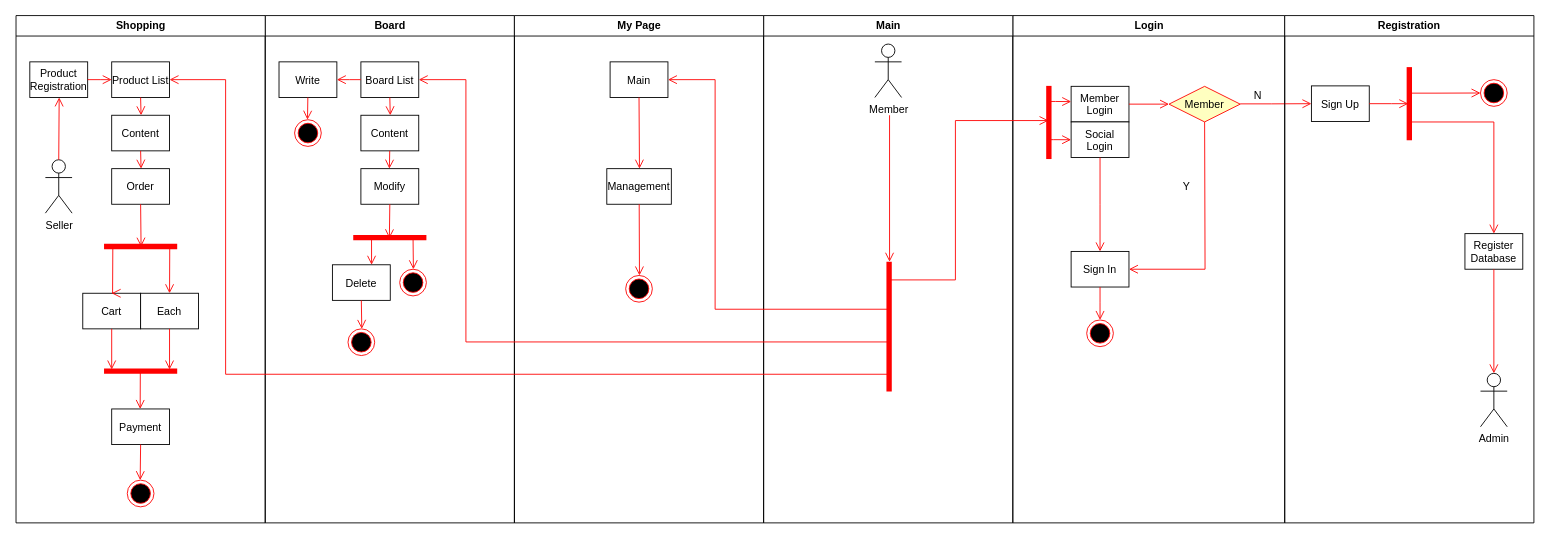
Above: DBWebDev/UML.drawio in roqhdehd502/WebDev (draw.io), before the change. Source tidied: cells renumbered, new cells numbered last; positions are measured from the earlier drawing's top-left corner, leaving out a move shared by most shapes. Both pictures are drawn from the tidied source at 89%, with x=0, y=0 at pixel (15, 15).
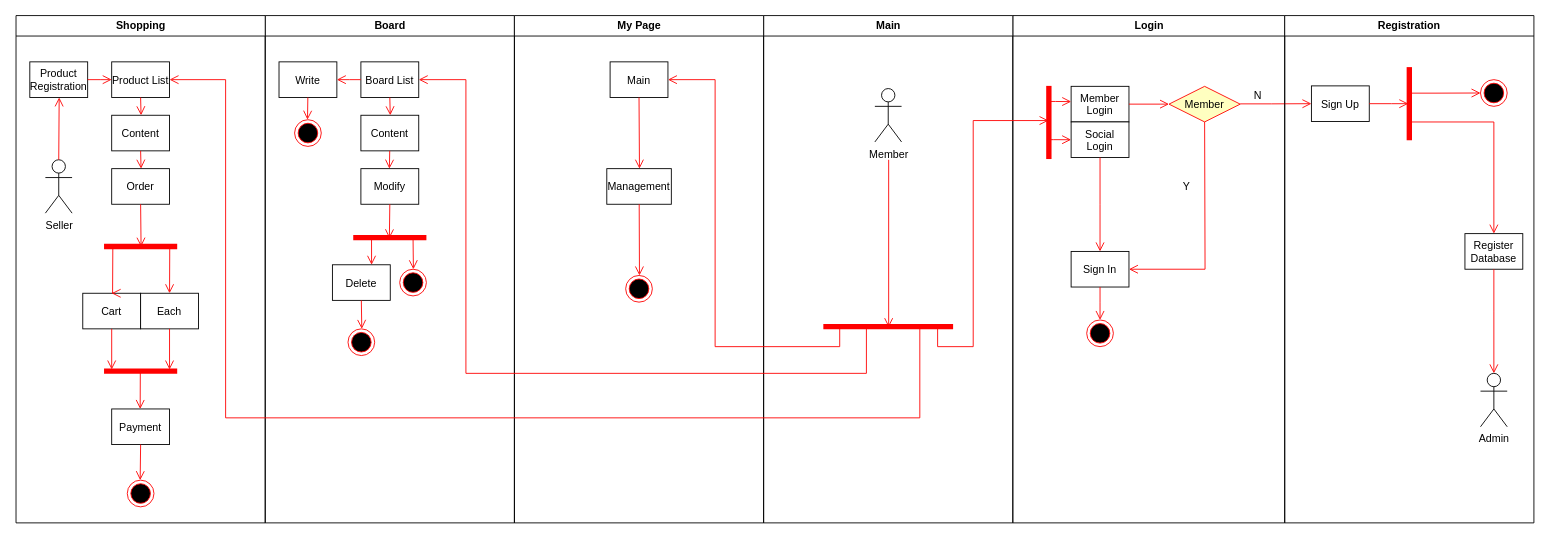
After the change.

Unchanged cells that the change refers to:
```xml
<mxCell id="4" style="shape=line;strokeWidth=6;strokeColor=#ff0000;rotation=90;" parent="2" vertex="1">
  <mxGeometry x="-0.6" y="112.6" width="82.2" height="15" as="geometry" />
</mxCell>
<mxCell id="28" value="Main" style="swimlane;whiteSpace=wrap;" parent="1" vertex="1">
  <mxGeometry x="840.5" width="280" height="570" as="geometry" />
</mxCell>
<mxCell id="32" value="Board List" parent="31" vertex="1">
  <mxGeometry x="107.5" y="52" width="65" height="40" as="geometry" />
</mxCell>
<mxCell id="50" value="Product List" parent="49" vertex="1">
  <mxGeometry x="107.5" y="52" width="65" height="40" as="geometry" />
</mxCell>
<mxCell id="73" value="Main" parent="72" vertex="1">
  <mxGeometry x="107.5" y="52" width="65" height="40" as="geometry" />
</mxCell>
```

Change to the diagram source:
```diff
@@
     <mxCell id="29" value="Member" style="shape=umlActor;verticalLabelPosition=bottom;verticalAlign=top;html=1;" parent="28" vertex="1">
-      <mxGeometry x="125" y="32" width="30" height="60" as="geometry" />
+      <mxGeometry x="125" y="82" width="30" height="60" as="geometry" />
     </mxCell>
-    <mxCell id="30" style="shape=line;strokeWidth=6;strokeColor=#ff0000;rotation=90;" parent="28" vertex="1">
-      <mxGeometry x="68.1" y="342" width="145.8" height="15" as="geometry" />
+    <mxCell id="30" style="shape=line;strokeWidth=6;strokeColor=#ff0000;rotation=-180;" parent="28" vertex="1">
+      <mxGeometry x="67.1" y="342" width="145.8" height="15" as="geometry" />
     </mxCell>
+    <mxCell id="83" style="endArrow=none;html=1;strokeColor=#FF0000;" parent="28" edge="1">
+      <mxGeometry relative="1" as="geometry">
+        <mxPoint x="115.5" y="352" as="sourcePoint" />
+        <mxPoint x="115.5" y="402" as="targetPoint" />
+      </mxGeometry>
+    </mxCell>
+    <mxCell id="84" style="endArrow=none;html=1;strokeColor=#FF0000;" parent="28" edge="1">
+      <mxGeometry relative="1" as="geometry">
+        <mxPoint x="85.5" y="352" as="sourcePoint" />
+        <mxPoint x="85.5" y="372" as="targetPoint" />
+      </mxGeometry>
+    </mxCell>
+    <mxCell id="85" style="endArrow=none;html=1;strokeColor=#FF0000;" parent="28" edge="1">
+      <mxGeometry relative="1" as="geometry">
+        <mxPoint x="175.5" y="350" as="sourcePoint" />
+        <mxPoint x="175.5" y="452" as="targetPoint" />
+      </mxGeometry>
+    </mxCell>
@@
-    <mxCell id="78" style="edgeStyle=elbowEdgeStyle;elbow=horizontal;verticalAlign=bottom;endArrow=open;endSize=8;strokeColor=#FF0000;endFill=1;rounded=0;entryX=0;entryY=0.5;entryDx=0;entryDy=0;entryPerimeter=0;" parent="1" edge="1" target="30">
-      <mxGeometry x="-73.5" y="-304" as="geometry">
-        <mxPoint x="982" y="112" as="sourcePoint" />
-        <Array as="points">
-          <mxPoint x="982" y="162" />
-        </Array>
+    <mxCell id="78" style="edgeStyle=elbowEdgeStyle;elbow=horizontal;verticalAlign=bottom;endArrow=open;endSize=8;strokeColor=#FF0000;endFill=1;rounded=0;entryX=0.497;entryY=0.459;entryDx=0;entryDy=0;entryPerimeter=0;" parent="1" edge="1" target="30">
+      <mxGeometry x="32" y="-304" as="geometry">
+        <mxPoint x="981" y="162" as="sourcePoint" />
       </mxGeometry>
     </mxCell>
-    <mxCell id="79" style="edgeStyle=elbowEdgeStyle;elbow=horizontal;verticalAlign=bottom;endArrow=open;endSize=8;strokeColor=#FF0000;endFill=1;rounded=0;entryX=0.474;entryY=0.525;entryDx=0;entryDy=0;entryPerimeter=0;exitX=0.14;exitY=0.541;exitDx=0;exitDy=0;exitPerimeter=0;" parent="1" edge="1" source="30" target="4">
-      <mxGeometry x="-19.5" y="-204" as="geometry">
+    <mxCell id="79" style="edgeStyle=elbowEdgeStyle;elbow=horizontal;verticalAlign=bottom;endArrow=open;endSize=8;strokeColor=#FF0000;endFill=1;rounded=0;entryX=0.474;entryY=0.525;entryDx=0;entryDy=0;entryPerimeter=0;" parent="1" edge="1" target="4">
+      <mxGeometry x="86" y="-204" as="geometry">
+        <mxPoint x="1036" y="372" as="sourcePoint" />
         <Array as="points">
-          <mxPoint x="1056" y="172" />
+          <mxPoint x="1076" y="242" />
         </Array>
       </mxGeometry>
     </mxCell>
-    <mxCell id="80" style="edgeStyle=elbowEdgeStyle;elbow=horizontal;verticalAlign=bottom;endArrow=open;endSize=8;strokeColor=#FF0000;endFill=1;rounded=0;entryX=1;entryY=0.5;entryDx=0;entryDy=0;exitX=0.366;exitY=0.437;exitDx=0;exitDy=0;exitPerimeter=0;" parent="1" edge="1" source="30" target="73">
-      <mxGeometry x="-109.5" y="-219" as="geometry">
+    <mxCell id="80" style="edgeStyle=elbowEdgeStyle;elbow=horizontal;verticalAlign=bottom;endArrow=open;endSize=8;strokeColor=#FF0000;endFill=1;rounded=0;entryX=1;entryY=0.5;entryDx=0;entryDy=0;" parent="1" edge="1" target="73">
+      <mxGeometry x="-4" y="-219" as="geometry">
+        <mxPoint x="926" y="372" as="sourcePoint" />
         <Array as="points">
           <mxPoint x="786" y="162" />
           <mxPoint x="886" y="232" />
           <mxPoint x="786" y="142" />
         </Array>
       </mxGeometry>
     </mxCell>
-    <mxCell id="81" style="edgeStyle=elbowEdgeStyle;elbow=horizontal;verticalAlign=bottom;endArrow=open;endSize=8;strokeColor=#FF0000;endFill=1;rounded=0;entryX=1;entryY=0.5;entryDx=0;entryDy=0;exitX=0.618;exitY=0.469;exitDx=0;exitDy=0;exitPerimeter=0;" parent="1" edge="1" source="30" target="32">
-      <mxGeometry x="-99.5" y="-209" as="geometry">
+    <mxCell id="81" style="edgeStyle=elbowEdgeStyle;elbow=horizontal;verticalAlign=bottom;endArrow=open;endSize=8;strokeColor=#FF0000;endFill=1;rounded=0;entryX=1;entryY=0.5;entryDx=0;entryDy=0;" parent="1" edge="1" target="32">
+      <mxGeometry x="6" y="-209" as="geometry">
+        <mxPoint x="956" y="402" as="sourcePoint" />
         <Array as="points">
           <mxPoint x="506" y="172" />
           <mxPoint x="896" y="242" />
           <mxPoint x="796" y="152" />
         </Array>
       </mxGeometry>
     </mxCell>
-    <mxCell id="82" style="edgeStyle=elbowEdgeStyle;elbow=horizontal;verticalAlign=bottom;endArrow=open;endSize=8;strokeColor=#FF0000;endFill=1;rounded=0;entryX=1;entryY=0.5;entryDx=0;entryDy=0;exitX=0.867;exitY=0.568;exitDx=0;exitDy=0;exitPerimeter=0;" parent="1" edge="1" source="30" target="50">
-      <mxGeometry x="-89.5" y="-199" as="geometry">
+    <mxCell id="82" style="edgeStyle=elbowEdgeStyle;elbow=horizontal;verticalAlign=bottom;endArrow=open;endSize=8;strokeColor=#FF0000;endFill=1;rounded=0;entryX=1;entryY=0.5;entryDx=0;entryDy=0;" parent="1" edge="1" target="50">
+      <mxGeometry x="16" y="-199" as="geometry">
+        <mxPoint x="1016" y="452" as="sourcePoint" />
         <Array as="points">
-          <mxPoint x="236" y="182" />
+          <mxPoint x="236" y="422" />
+          <mxPoint x="236" y="512" />
+          <mxPoint x="236" y="382" />
           <mxPoint x="906" y="252" />
           <mxPoint x="806" y="162" />
         </Array>
       </mxGeometry>
     </mxCell>
+    <mxCell id="86" style="endArrow=none;html=1;strokeColor=#FF0000;" parent="1" edge="1">
+      <mxGeometry relative="1" as="geometry">
+        <mxPoint x="1036" y="351" as="sourcePoint" />
+        <mxPoint x="1036" y="372" as="targetPoint" />
+      </mxGeometry>
+    </mxCell>
```
